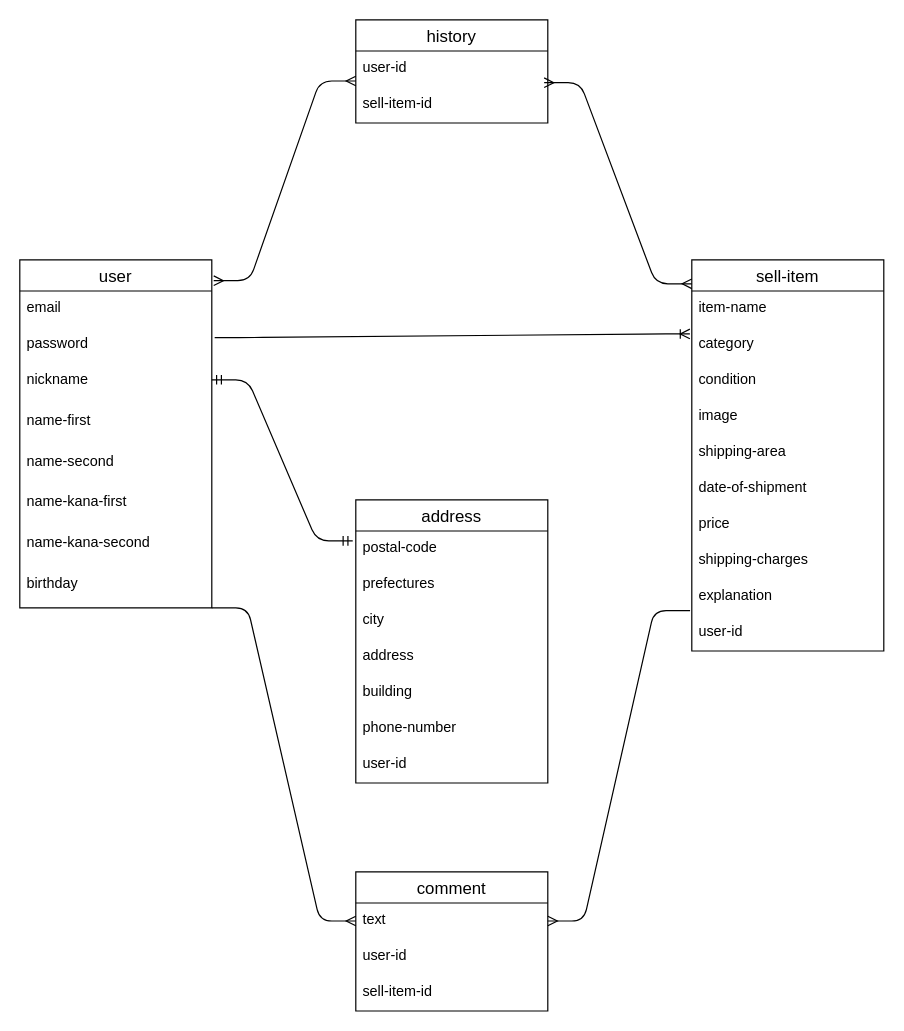
This is hurima.dio from Tsutomu-sasaki1/furima-31549, a draw.io file, before an edit. Source tidied: cells renumbered, new cells numbered last; positions are measured from the earlier drawing's top-left corner, leaving out a move shared by most shapes. Both pictures are drawn from the tidied source at 120%, with x=0, y=0 at pixel (19, 19).
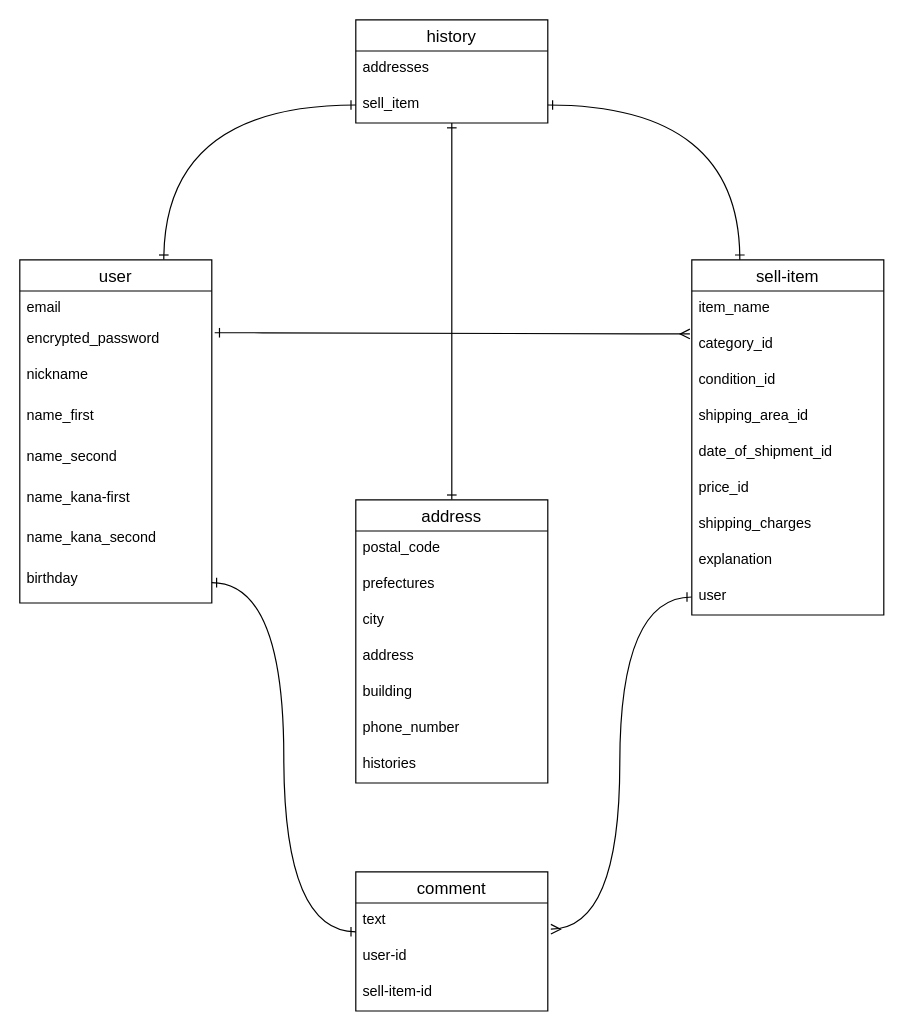
The same diagram, later.

The change refers to these unchanged cells:
```xml
<mxCell id="11" value="address" style="swimlane;fontStyle=0;horizontal=1;startSize=26;align=center;fontSize=14;" parent="1" vertex="1">
  <mxGeometry x="280" y="400" width="160" height="236" as="geometry" />
</mxCell>
<mxCell id="30" value="history" style="swimlane;fontStyle=0;horizontal=1;startSize=26;align=center;fontSize=14;" parent="1" vertex="1">
  <mxGeometry x="280" width="160" height="86" as="geometry" />
</mxCell>
<mxCell id="37" value="text" style="text;strokeColor=none;fillColor=none;spacingLeft=4;spacingRight=4;overflow=hidden;points=[[0,0.5],[1,0.5]];portConstraint=eastwest;fontSize=12;" parent="36" vertex="1">
  <mxGeometry y="26" width="160" height="30" as="geometry" />
</mxCell>
```

Change to the diagram source:
```diff
@@
+    <mxCell id="43" style="edgeStyle=orthogonalEdgeStyle;rounded=0;jettySize=auto;html=1;exitX=0.75;exitY=0;exitDx=0;exitDy=0;entryX=0;entryY=0.5;entryDx=0;entryDy=0;startArrow=ERone;startFill=0;endArrow=ERone;endFill=0;curved=1;" parent="1" edge="1" source="2" target="32">
+      <mxGeometry relative="1" as="geometry" />
+    </mxCell>
     <mxCell id="2" value="user" style="swimlane;fontStyle=0;horizontal=1;startSize=26;align=center;fontSize=14;" parent="1" vertex="1">
-      <mxGeometry y="200" width="160" height="290" as="geometry" />
+      <mxGeometry y="200" width="160" height="286" as="geometry" />
     </mxCell>
     <mxCell id="3" value="email" style="text;strokeColor=none;fillColor=none;spacingLeft=4;spacingRight=4;overflow=hidden;fontSize=12;" parent="2" vertex="1">
-      <mxGeometry y="26" width="160" height="30" as="geometry" />
+      <mxGeometry y="26" width="160" height="26" as="geometry" />
     </mxCell>
-    <mxCell id="4" value="password" style="text;strokeColor=none;fillColor=none;spacingLeft=4;spacingRight=4;overflow=hidden;points=[[0,0.5],[1,0.5]];portConstraint=eastwest;fontSize=12;" parent="2" vertex="1">
-      <mxGeometry y="56" width="160" height="30" as="geometry" />
+    <mxCell id="4" value="encrypted_password" style="text;strokeColor=none;fillColor=none;spacingLeft=4;spacingRight=4;overflow=hidden;points=[[0,0.5],[1,0.5]];portConstraint=eastwest;fontSize=12;" parent="2" vertex="1">
+      <mxGeometry y="52" width="160" height="30" as="geometry" />
     </mxCell>
     <mxCell id="5" value="nickname" style="text;strokeColor=none;fillColor=none;spacingLeft=4;spacingRight=4;overflow=hidden;fontSize=12;" parent="2" vertex="1">
-      <mxGeometry y="86" width="160" height="34" as="geometry" />
+      <mxGeometry y="82" width="160" height="34" as="geometry" />
     </mxCell>
-    <mxCell id="6" value="name-first" style="text;strokeColor=none;fillColor=none;spacingLeft=4;spacingRight=4;overflow=hidden;fontSize=12;" parent="2" vertex="1">
-      <mxGeometry y="120" width="160" height="34" as="geometry" />
+    <mxCell id="6" value="name_first" style="text;strokeColor=none;fillColor=none;spacingLeft=4;spacingRight=4;overflow=hidden;fontSize=12;" parent="2" vertex="1">
+      <mxGeometry y="116" width="160" height="34" as="geometry" />
     </mxCell>
-    <mxCell id="7" value="name-second" style="text;strokeColor=none;fillColor=none;spacingLeft=4;spacingRight=4;overflow=hidden;fontSize=12;" parent="2" vertex="1">
-      <mxGeometry y="154" width="160" height="34" as="geometry" />
+    <mxCell id="7" value="name_second" style="text;strokeColor=none;fillColor=none;spacingLeft=4;spacingRight=4;overflow=hidden;fontSize=12;" parent="2" vertex="1">
+      <mxGeometry y="150" width="160" height="34" as="geometry" />
     </mxCell>
-    <mxCell id="8" value="name-kana-first" style="text;strokeColor=none;fillColor=none;spacingLeft=4;spacingRight=4;overflow=hidden;fontSize=12;" parent="2" vertex="1">
-      <mxGeometry y="188" width="160" height="34" as="geometry" />
+    <mxCell id="8" value="name_kana-first" style="text;strokeColor=none;fillColor=none;spacingLeft=4;spacingRight=4;overflow=hidden;fontSize=12;" parent="2" vertex="1">
+      <mxGeometry y="184" width="160" height="34" as="geometry" />
     </mxCell>
-    <mxCell id="9" value="name-kana-second" style="text;strokeColor=none;fillColor=none;spacingLeft=4;spacingRight=4;overflow=hidden;fontSize=12;" parent="2" vertex="1">
-      <mxGeometry y="222" width="160" height="34" as="geometry" />
+    <mxCell id="9" value="name_kana_second" style="text;strokeColor=none;fillColor=none;spacingLeft=4;spacingRight=4;overflow=hidden;fontSize=12;" parent="2" vertex="1">
+      <mxGeometry y="218" width="160" height="34" as="geometry" />
     </mxCell>
     <mxCell id="10" value="birthday" style="text;strokeColor=none;fillColor=none;spacingLeft=4;spacingRight=4;overflow=hidden;points=[[0,0.5],[1,0.5]];portConstraint=eastwest;fontSize=12;" parent="2" vertex="1">
-      <mxGeometry y="256" width="160" height="34" as="geometry" />
+      <mxGeometry y="252" width="160" height="34" as="geometry" />
     </mxCell>
+    <mxCell id="44" style="rounded=0;jettySize=auto;html=1;exitX=0.5;exitY=0;exitDx=0;exitDy=0;startArrow=ERone;startFill=0;endArrow=ERone;endFill=0;entryX=0.5;entryY=1.001;entryDx=0;entryDy=0;entryPerimeter=0;" parent="1" edge="1" source="11" target="32">
+      <mxGeometry relative="1" as="geometry" />
+    </mxCell>
@@
-    <mxCell id="12" value="postal-code" style="text;strokeColor=none;fillColor=none;spacingLeft=4;spacingRight=4;overflow=hidden;fontSize=12;" parent="11" vertex="1">
+    <mxCell id="12" value="postal_code" style="text;strokeColor=none;fillColor=none;spacingLeft=4;spacingRight=4;overflow=hidden;fontSize=12;" parent="11" vertex="1">
       <mxGeometry y="26" width="160" height="30" as="geometry" />
     </mxCell>
@@
-    <mxCell id="17" value="phone-number" style="text;strokeColor=none;fillColor=none;spacingLeft=4;spacingRight=4;overflow=hidden;fontSize=12;" parent="11" vertex="1">
+    <mxCell id="17" value="phone_number" style="text;strokeColor=none;fillColor=none;spacingLeft=4;spacingRight=4;overflow=hidden;fontSize=12;" parent="11" vertex="1">
       <mxGeometry y="176" width="160" height="30" as="geometry" />
     </mxCell>
-    <mxCell id="18" value="user-id" style="text;strokeColor=none;fillColor=none;spacingLeft=4;spacingRight=4;overflow=hidden;fontSize=12;" parent="11" vertex="1">
-      <mxGeometry y="206" width="160" height="30" as="geometry" />
-    </mxCell>
+    <mxCell id="45" value="histories" style="text;strokeColor=none;fillColor=none;spacingLeft=4;spacingRight=4;overflow=hidden;fontSize=12;" parent="11" vertex="1">
+      <mxGeometry y="206" width="160" height="30" as="geometry" />
+    </mxCell>
     <mxCell id="19" value="sell-item" style="swimlane;fontStyle=0;horizontal=1;startSize=26;align=center;fontSize=14;" parent="1" vertex="1">
-      <mxGeometry x="560" y="200" width="160" height="326" as="geometry" />
+      <mxGeometry x="560" y="200" width="160" height="296" as="geometry" />
     </mxCell>
-    <mxCell id="20" value="item-name" style="text;strokeColor=none;fillColor=none;spacingLeft=4;spacingRight=4;overflow=hidden;fontSize=12;" parent="19" vertex="1">
+    <mxCell id="20" value="item_name" style="text;strokeColor=none;fillColor=none;spacingLeft=4;spacingRight=4;overflow=hidden;fontSize=12;" parent="19" vertex="1">
       <mxGeometry y="26" width="160" height="30" as="geometry" />
     </mxCell>
-    <mxCell id="21" value="category" style="text;strokeColor=none;fillColor=none;spacingLeft=4;spacingRight=4;overflow=hidden;points=[[0,0.5],[1,0.5]];portConstraint=eastwest;fontSize=12;" parent="19" vertex="1">
+    <mxCell id="21" value="category_id" style="text;strokeColor=none;fillColor=none;spacingLeft=4;spacingRight=4;overflow=hidden;points=[[0,0.5],[1,0.5]];portConstraint=eastwest;fontSize=12;" parent="19" vertex="1">
       <mxGeometry y="56" width="160" height="30" as="geometry" />
     </mxCell>
-    <mxCell id="22" value="condition" style="text;strokeColor=none;fillColor=none;spacingLeft=4;spacingRight=4;overflow=hidden;fontSize=12;" parent="19" vertex="1">
+    <mxCell id="22" value="condition_id" style="text;strokeColor=none;fillColor=none;spacingLeft=4;spacingRight=4;overflow=hidden;fontSize=12;" parent="19" vertex="1">
       <mxGeometry y="86" width="160" height="30" as="geometry" />
     </mxCell>
-    <mxCell id="23" value="image" style="text;strokeColor=none;fillColor=none;spacingLeft=4;spacingRight=4;overflow=hidden;fontSize=12;" parent="19" vertex="1">
-      <mxGeometry y="116" width="160" height="30" as="geometry" />
-    </mxCell>
-    <mxCell id="24" value="shipping-area" style="text;strokeColor=none;fillColor=none;spacingLeft=4;spacingRight=4;overflow=hidden;fontSize=12;" parent="19" vertex="1">
-      <mxGeometry y="146" width="160" height="30" as="geometry" />
+    <mxCell id="24" value="shipping_area_id" style="text;strokeColor=none;fillColor=none;spacingLeft=4;spacingRight=4;overflow=hidden;fontSize=12;" parent="19" vertex="1">
+      <mxGeometry y="116" width="160" height="30" as="geometry" />
     </mxCell>
-    <mxCell id="25" value="date-of-shipment" style="text;strokeColor=none;fillColor=none;spacingLeft=4;spacingRight=4;overflow=hidden;fontSize=12;" parent="19" vertex="1">
-      <mxGeometry y="176" width="160" height="30" as="geometry" />
+    <mxCell id="25" value="date_of_shipment_id" style="text;strokeColor=none;fillColor=none;spacingLeft=4;spacingRight=4;overflow=hidden;fontSize=12;" parent="19" vertex="1">
+      <mxGeometry y="146" width="160" height="30" as="geometry" />
     </mxCell>
-    <mxCell id="26" value="price" style="text;strokeColor=none;fillColor=none;spacingLeft=4;spacingRight=4;overflow=hidden;fontSize=12;" parent="19" vertex="1">
-      <mxGeometry y="206" width="160" height="30" as="geometry" />
+    <mxCell id="26" value="price_id" style="text;strokeColor=none;fillColor=none;spacingLeft=4;spacingRight=4;overflow=hidden;fontSize=12;" parent="19" vertex="1">
+      <mxGeometry y="176" width="160" height="30" as="geometry" />
     </mxCell>
-    <mxCell id="27" value="shipping-charges" style="text;strokeColor=none;fillColor=none;spacingLeft=4;spacingRight=4;overflow=hidden;fontSize=12;" parent="19" vertex="1">
-      <mxGeometry y="236" width="160" height="30" as="geometry" />
+    <mxCell id="27" value="shipping_charges" style="text;strokeColor=none;fillColor=none;spacingLeft=4;spacingRight=4;overflow=hidden;fontSize=12;" parent="19" vertex="1">
+      <mxGeometry y="206" width="160" height="30" as="geometry" />
     </mxCell>
     <mxCell id="28" value="explanation" style="text;strokeColor=none;fillColor=none;spacingLeft=4;spacingRight=4;overflow=hidden;fontSize=12;" parent="19" vertex="1">
-      <mxGeometry y="266" width="160" height="30" as="geometry" />
+      <mxGeometry y="236" width="160" height="30" as="geometry" />
     </mxCell>
-    <mxCell id="29" value="user-id" style="text;strokeColor=none;fillColor=none;spacingLeft=4;spacingRight=4;overflow=hidden;points=[[0,0.5],[1,0.5]];portConstraint=eastwest;fontSize=12;" parent="19" vertex="1">
-      <mxGeometry y="296" width="160" height="30" as="geometry" />
+    <mxCell id="29" value="user" style="text;strokeColor=none;fillColor=none;spacingLeft=4;spacingRight=4;overflow=hidden;points=[[0,0.5],[1,0.5]];portConstraint=eastwest;fontSize=12;" parent="19" vertex="1">
+      <mxGeometry y="266" width="160" height="30" as="geometry" />
     </mxCell>
@@
-    <mxCell id="31" value="user-id" style="text;strokeColor=none;fillColor=none;spacingLeft=4;spacingRight=4;overflow=hidden;fontSize=12;" parent="30" vertex="1">
+    <mxCell id="31" value="addresses" style="text;strokeColor=none;fillColor=none;spacingLeft=4;spacingRight=4;overflow=hidden;fontSize=12;" parent="30" vertex="1">
       <mxGeometry y="26" width="160" height="30" as="geometry" />
     </mxCell>
-    <mxCell id="32" value="sell-item-id" style="text;strokeColor=none;fillColor=none;spacingLeft=4;spacingRight=4;overflow=hidden;points=[[0,0.5],[1,0.5]];portConstraint=eastwest;fontSize=12;" parent="30" vertex="1">
+    <mxCell id="32" value="sell_item" style="text;strokeColor=none;fillColor=none;spacingLeft=4;spacingRight=4;overflow=hidden;points=[[0,0.5],[1,0.5]];portConstraint=eastwest;fontSize=12;" parent="30" vertex="1">
       <mxGeometry y="56" width="160" height="30" as="geometry" />
     </mxCell>
-    <mxCell id="33" style="edgeStyle=entityRelationEdgeStyle;fontSize=12;html=1;endArrow=ERmany;startArrow=ERmany;exitX=0.981;exitY=-0.12;exitDx=0;exitDy=0;exitPerimeter=0;" parent="1" edge="1" source="32">
+    <mxCell id="33" style="fontSize=12;html=1;endArrow=ERone;startArrow=ERone;startFill=0;endFill=0;edgeStyle=orthogonalEdgeStyle;exitX=1;exitY=0.5;exitDx=0;exitDy=0;curved=1;" parent="1" edge="1" source="32">
       <mxGeometry relative="1" as="geometry">
-        <mxPoint x="560" y="220" as="targetPoint" />
+        <mxPoint x="600" y="200" as="targetPoint" />
       </mxGeometry>
     </mxCell>
-    <mxCell id="34" style="edgeStyle=entityRelationEdgeStyle;fontSize=12;html=1;endArrow=ERmandOne;startArrow=ERmandOne;entryX=-0.016;entryY=0.145;entryDx=0;entryDy=0;entryPerimeter=0;" parent="1" edge="1" target="11">
-      <mxGeometry relative="1" as="geometry">
-        <mxPoint x="160" y="300" as="sourcePoint" />
-      </mxGeometry>
-    </mxCell>
-    <mxCell id="35" style="edgeStyle=entityRelationEdgeStyle;fontSize=12;html=1;endArrow=ERoneToMany;exitX=1.015;exitY=0.293;exitDx=0;exitDy=0;exitPerimeter=0;entryX=-0.01;entryY=0.193;entryDx=0;entryDy=0;entryPerimeter=0;" parent="1" edge="1" source="4" target="21">
+    <mxCell id="35" style="edgeStyle=entityRelationEdgeStyle;fontSize=12;html=1;endArrow=ERmany;exitX=1.015;exitY=0.293;exitDx=0;exitDy=0;exitPerimeter=0;entryX=-0.01;entryY=0.193;entryDx=0;entryDy=0;entryPerimeter=0;endFill=0;startArrow=ERone;startFill=0;" parent="1" edge="1" source="4" target="21">
       <mxGeometry relative="1" as="geometry" />
     </mxCell>
@@
-    <mxCell id="40" style="edgeStyle=entityRelationEdgeStyle;fontSize=12;html=1;endArrow=ERmany;entryX=0;entryY=0.5;entryDx=0;entryDy=0;" parent="1" edge="1" target="37">
-      <mxGeometry relative="1" as="geometry">
-        <mxPoint x="160" y="490" as="sourcePoint" />
-      </mxGeometry>
-    </mxCell>
-    <mxCell id="41" style="edgeStyle=entityRelationEdgeStyle;fontSize=12;html=1;endArrow=ERmany;exitX=-0.009;exitY=-0.12;exitDx=0;exitDy=0;exitPerimeter=0;entryX=1;entryY=0.5;entryDx=0;entryDy=0;" parent="1" edge="1" source="29" target="37">
+    <mxCell id="41" style="edgeStyle=orthogonalEdgeStyle;rounded=0;jettySize=auto;html=1;exitX=0;exitY=0.5;exitDx=0;exitDy=0;entryX=1.016;entryY=0.728;entryDx=0;entryDy=0;entryPerimeter=0;startArrow=ERone;startFill=0;endArrow=ERmany;endFill=0;curved=1;" parent="1" edge="1" source="29" target="37">
       <mxGeometry relative="1" as="geometry" />
     </mxCell>
-    <mxCell id="42" style="edgeStyle=entityRelationEdgeStyle;fontSize=12;html=1;endArrow=ERmany;startArrow=ERmany;exitX=1.01;exitY=0.06;exitDx=0;exitDy=0;exitPerimeter=0;" parent="1" edge="1" source="2">
-      <mxGeometry relative="1" as="geometry">
-        <mxPoint x="280" y="51" as="targetPoint" />
-      </mxGeometry>
-    </mxCell>
+    <mxCell id="46" style="edgeStyle=orthogonalEdgeStyle;rounded=0;jettySize=auto;html=1;exitX=1;exitY=0.5;exitDx=0;exitDy=0;entryX=0;entryY=0.8;entryDx=0;entryDy=0;entryPerimeter=0;startArrow=ERone;startFill=0;endArrow=ERone;endFill=0;curved=1;" parent="1" edge="1" source="10" target="37">
+      <mxGeometry relative="1" as="geometry" />
+    </mxCell>
```
